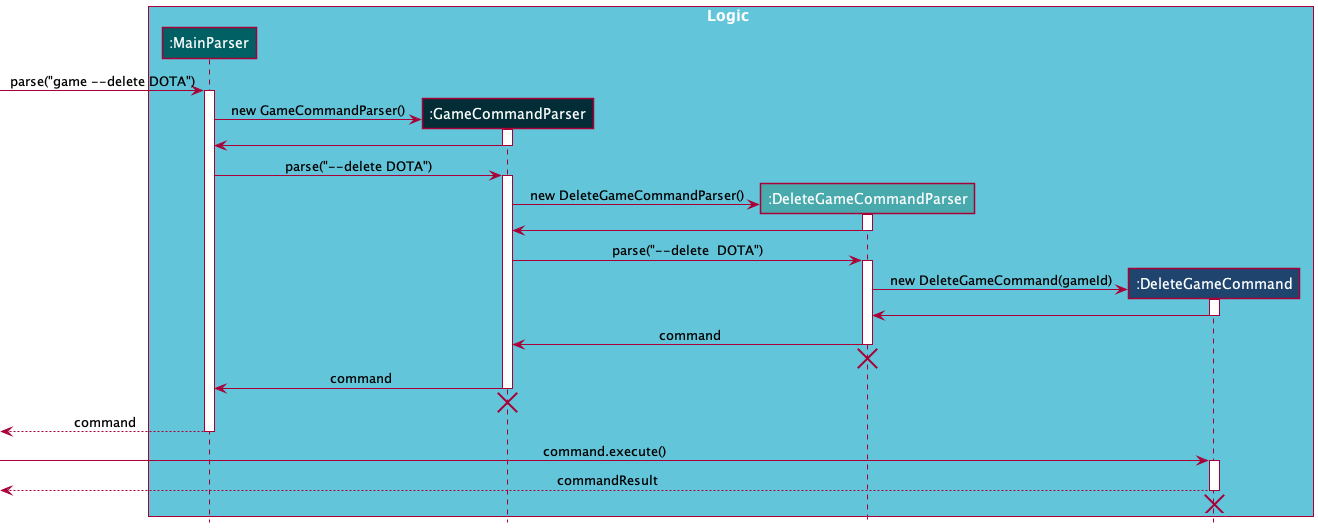
Before: docs/images/DeleteGameSequenceDiagram.png, a diagram exported from PlantUML (nus-cs2103-AY2122S1/tp). The source it was exported from:
```plantuml
@startuml
!include style.puml

box Logic GAME_DELETE_BOX_COLOR
participant ":MainParser" as MainParser MAIN_PARSER_COLOR
participant ":GameCommandParser" as GameCommandParser GAME_PARSER_COLOR
participant ":DeleteGameCommandParser" as DeleteGameCommandParser DELETE_GAME_PARSER_COLOR
participant ":DeleteGameCommand" as DeleteGameCommand DELETE_GAME_COLOR
end box

[-> MainParser : parse("game --delete DOTA")
activate MainParser

create GameCommandParser
MainParser -> GameCommandParser : new GameCommandParser()
activate GameCommandParser

GameCommandParser -> MainParser
deactivate GameCommandParser

MainParser -> GameCommandParser : parse("--delete DOTA")
activate GameCommandParser

create DeleteGameCommandParser
GameCommandParser -> DeleteGameCommandParser : new DeleteGameCommandParser()
activate DeleteGameCommandParser
DeleteGameCommandParser -> GameCommandParser
deactivate DeleteGameCommandParser

GameCommandParser -> DeleteGameCommandParser : parse("--delete  DOTA")
activate DeleteGameCommandParser

create DeleteGameCommand
DeleteGameCommandParser -> DeleteGameCommand : new DeleteGameCommand(gameId)
activate DeleteGameCommand
DeleteGameCommand -> DeleteGameCommandParser
deactivate DeleteGameCommand


DeleteGameCommandParser -> GameCommandParser : command
deactivate DeleteGameCommandParser
DeleteGameCommandParser -[hidden]-> GameCommandParser
destroy DeleteGameCommandParser

GameCommandParser -> MainParser : command
deactivate GameCommandParser
GameCommandParser -[hidden]-> MainParser
destroy GameCommandParser

[<--MainParser : command
deactivate MainParser

[-> DeleteGameCommand : command.execute()
activate DeleteGameCommand
[<--DeleteGameCommand : commandResult
deactivate DeleteGameCommand
[<-[hidden]- DeleteGameCommand
destroy DeleteGameCommand

@enduml
```
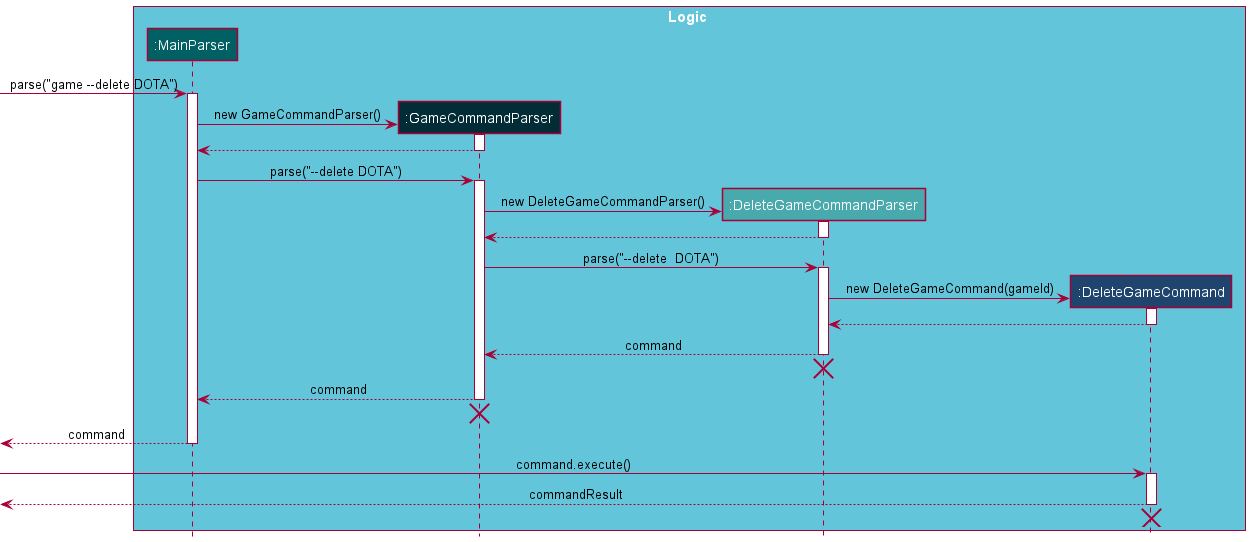
Later version of the same file.

Commit message:
Fix new issues in DG diagrams

What changed in the source:
```diff
@@ -15,7 +15,7 @@
 MainParser -> GameCommandParser : new GameCommandParser()
 activate GameCommandParser
 
-GameCommandParser -> MainParser
+GameCommandParser --> MainParser
 deactivate GameCommandParser
 
 MainParser -> GameCommandParser : parse("--delete DOTA")
@@ -24,7 +24,7 @@
 create DeleteGameCommandParser
 GameCommandParser -> DeleteGameCommandParser : new DeleteGameCommandParser()
 activate DeleteGameCommandParser
-DeleteGameCommandParser -> GameCommandParser
+DeleteGameCommandParser --> GameCommandParser
 deactivate DeleteGameCommandParser
 
 GameCommandParser -> DeleteGameCommandParser : parse("--delete  DOTA")
@@ -33,16 +33,16 @@
 create DeleteGameCommand
 DeleteGameCommandParser -> DeleteGameCommand : new DeleteGameCommand(gameId)
 activate DeleteGameCommand
-DeleteGameCommand -> DeleteGameCommandParser
+DeleteGameCommand --> DeleteGameCommandParser
 deactivate DeleteGameCommand
 
 
-DeleteGameCommandParser -> GameCommandParser : command
+DeleteGameCommandParser --> GameCommandParser : command
 deactivate DeleteGameCommandParser
 DeleteGameCommandParser -[hidden]-> GameCommandParser
 destroy DeleteGameCommandParser
 
-GameCommandParser -> MainParser : command
+GameCommandParser --> MainParser : command
 deactivate GameCommandParser
 GameCommandParser -[hidden]-> MainParser
 destroy GameCommandParser
```
